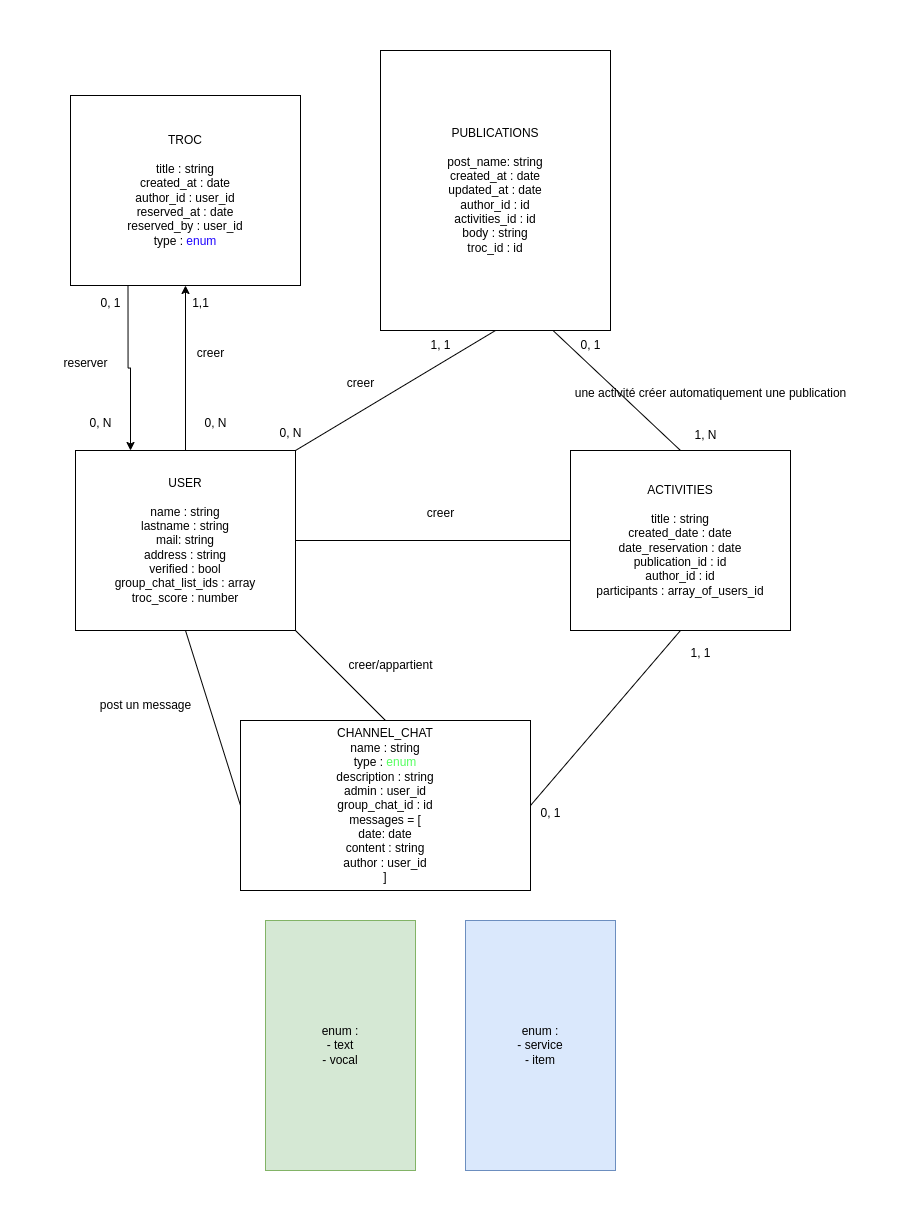
This is DB_scheme.png from Spatulox/PA_CopainQuartier, a draw.io export, as it was before one commit. Source tidied: cells renumbered, new cells last; positions are measured from the earlier drawing's top-left corner, leaving out a move shared by most shapes.
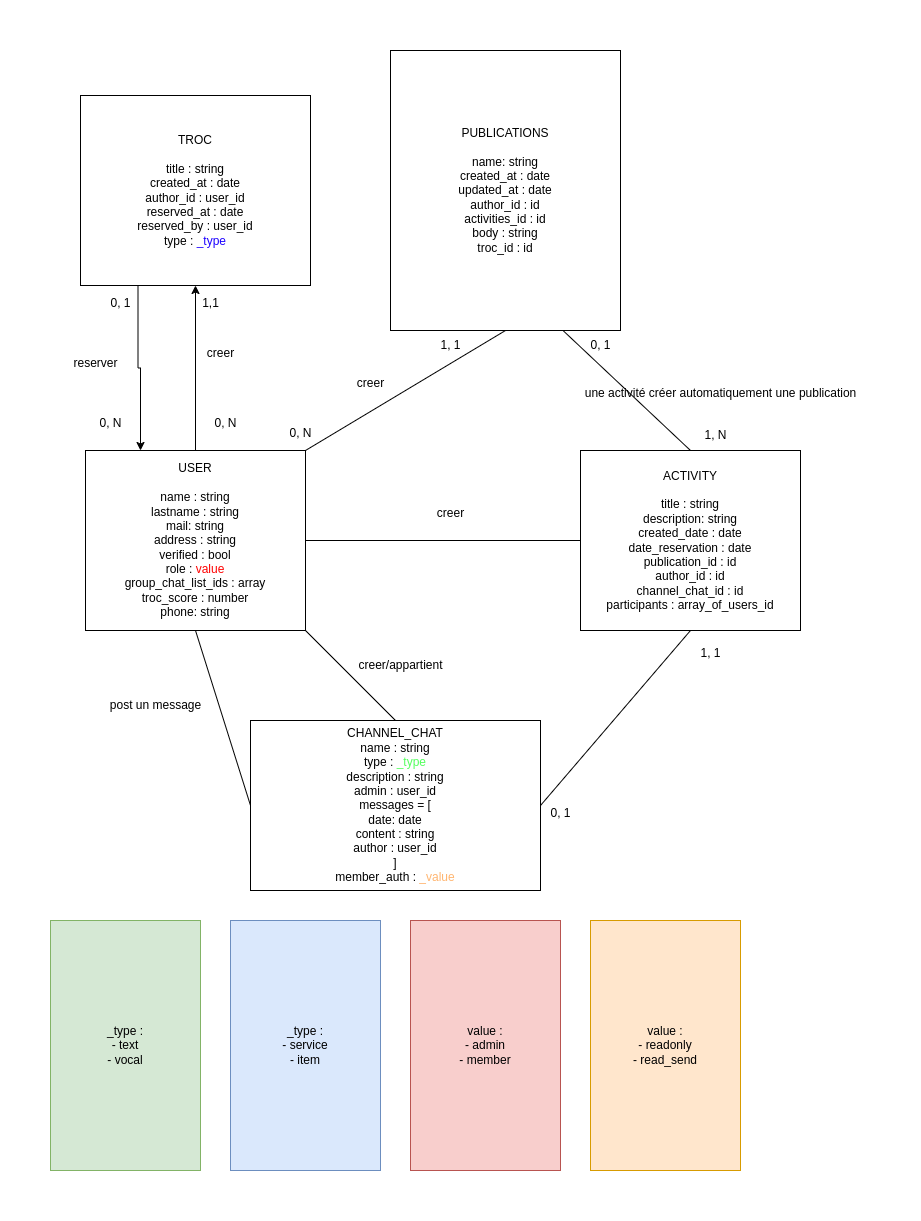
The same diagram one commit later.

The edit, as a diff of the source:
```diff
@@ -5,34 +5,34 @@
     <mxCell id="2" style="edgeStyle=orthogonalEdgeStyle;rounded=0;jettySize=auto;html=1;exitX=0.5;exitY=0;exitDx=0;exitDy=0;entryX=0.5;entryY=1;entryDx=0;entryDy=0;" parent="1" edge="1" source="3" target="10">
       <mxGeometry relative="1" as="geometry" />
     </mxCell>
-    <mxCell id="3" value="USER&lt;div&gt;&lt;br&gt;&lt;/div&gt;&lt;div&gt;name : string&lt;/div&gt;&lt;div&gt;lastname : string&lt;/div&gt;&lt;div&gt;mail: string&lt;/div&gt;&lt;div&gt;address : string&lt;/div&gt;&lt;div&gt;verified : bool&lt;/div&gt;&lt;div&gt;group_chat_list_ids : array&lt;/div&gt;&lt;div&gt;troc_score : number&lt;/div&gt;" style="rounded=0;whiteSpace=wrap;html=1;" parent="1" vertex="1">
+    <mxCell id="3" value="USER&lt;div&gt;&lt;br&gt;&lt;/div&gt;&lt;div&gt;name : string&lt;/div&gt;&lt;div&gt;lastname : string&lt;/div&gt;&lt;div&gt;mail: string&lt;/div&gt;&lt;div&gt;address : string&lt;/div&gt;&lt;div&gt;verified : bool&lt;/div&gt;&lt;div&gt;role : &lt;font style=&quot;color: rgb(255, 2, 2);&quot;&gt;value&lt;/font&gt;&lt;/div&gt;&lt;div&gt;group_chat_list_ids : array&lt;/div&gt;&lt;div&gt;troc_score : number&lt;/div&gt;&lt;div&gt;phone: string&lt;/div&gt;" style="rounded=0;whiteSpace=wrap;html=1;" parent="1" vertex="1">
       <mxGeometry x="25" y="400" width="220" height="180" as="geometry" />
     </mxCell>
-    <mxCell id="4" value="ACTIVITIES&lt;div&gt;&lt;br&gt;&lt;/div&gt;&lt;div&gt;title : string&lt;/div&gt;&lt;div&gt;created_date : date&lt;/div&gt;&lt;div&gt;&lt;span style=&quot;background-color: transparent; color: light-dark(rgb(0, 0, 0), rgb(255, 255, 255));&quot;&gt;date_reservation : date&lt;/span&gt;&lt;/div&gt;&lt;div&gt;&lt;font style=&quot;color: rgb(0, 0, 0);&quot;&gt;publication_id : id&lt;/font&gt;&lt;/div&gt;&lt;div&gt;author_id : id&lt;/div&gt;&lt;div&gt;participants : array_of_users_id&lt;/div&gt;" style="rounded=0;whiteSpace=wrap;html=1;" parent="1" vertex="1">
+    <mxCell id="4" value="ACTIVITY&lt;div&gt;&lt;br&gt;&lt;/div&gt;&lt;div&gt;title : string&lt;/div&gt;&lt;div&gt;description: string&lt;/div&gt;&lt;div&gt;created_date : date&lt;/div&gt;&lt;div&gt;&lt;span style=&quot;background-color: transparent; color: light-dark(rgb(0, 0, 0), rgb(255, 255, 255));&quot;&gt;date_reservation : date&lt;/span&gt;&lt;/div&gt;&lt;div&gt;&lt;font style=&quot;color: rgb(0, 0, 0);&quot;&gt;publication_id : id&lt;/font&gt;&lt;/div&gt;&lt;div&gt;author_id : id&lt;/div&gt;&lt;div&gt;channel_chat_id : id&lt;/div&gt;&lt;div&gt;participants : array_of_users_id&lt;/div&gt;" style="rounded=0;whiteSpace=wrap;html=1;" parent="1" vertex="1">
       <mxGeometry x="520" y="400" width="220" height="180" as="geometry" />
     </mxCell>
     <mxCell id="5" style="endArrow=none;html=1;rounded=0;exitX=0;exitY=0.5;exitDx=0;exitDy=0;entryX=0.5;entryY=1;entryDx=0;entryDy=0;" parent="1" edge="1" source="6" target="3">
       <mxGeometry relative="1" as="geometry" />
     </mxCell>
-    <mxCell id="6" value="CHANNEL_CHAT&lt;div&gt;name : string&lt;/div&gt;&lt;div&gt;type : &lt;font style=&quot;color: rgb(85, 255, 95);&quot;&gt;enum&lt;/font&gt;&lt;/div&gt;&lt;div&gt;description : string&lt;/div&gt;&lt;div&gt;admin : user_id&lt;/div&gt;&lt;div&gt;group_chat_id : id&lt;/div&gt;&lt;div&gt;messages = [&lt;/div&gt;&lt;div&gt;date: date&lt;/div&gt;&lt;div&gt;content : string&lt;/div&gt;&lt;div&gt;author : user_id&lt;/div&gt;&lt;div&gt;]&lt;/div&gt;" style="rounded=0;whiteSpace=wrap;html=1;" parent="1" vertex="1">
+    <mxCell id="6" value="CHANNEL_CHAT&lt;div&gt;name : string&lt;/div&gt;&lt;div&gt;type : &lt;font style=&quot;color: rgb(85, 255, 95);&quot;&gt;_type&lt;/font&gt;&lt;/div&gt;&lt;div&gt;description : string&lt;/div&gt;&lt;div&gt;admin : user_id&lt;/div&gt;&lt;div&gt;&lt;span style=&quot;background-color: transparent; color: light-dark(rgb(0, 0, 0), rgb(255, 255, 255));&quot;&gt;messages = [&lt;/span&gt;&lt;/div&gt;&lt;div&gt;date: date&lt;/div&gt;&lt;div&gt;content : string&lt;/div&gt;&lt;div&gt;author : user_id&lt;/div&gt;&lt;div&gt;]&lt;/div&gt;&lt;div&gt;member_auth : &lt;font style=&quot;color: rgb(255, 181, 112);&quot;&gt;_value&lt;/font&gt;&lt;/div&gt;" style="rounded=0;whiteSpace=wrap;html=1;" parent="1" vertex="1">
       <mxGeometry x="190" y="670" width="290" height="170" as="geometry" />
     </mxCell>
     <mxCell id="7" style="endArrow=none;html=1;rounded=0;exitX=1;exitY=1;exitDx=0;exitDy=0;entryX=0.5;entryY=0;entryDx=0;entryDy=0;" parent="1" edge="1" source="3" target="6">
       <mxGeometry relative="1" as="geometry" />
     </mxCell>
-    <mxCell id="8" value="enum :&lt;div&gt;- text&lt;/div&gt;&lt;div&gt;- vocal&lt;/div&gt;" style="rounded=0;whiteSpace=wrap;html=1;fillColor=#d5e8d4;strokeColor=#82b366;" parent="1" vertex="1">
-      <mxGeometry x="215" y="870" width="150" height="250" as="geometry" />
+    <mxCell id="8" value="_type :&lt;div&gt;- text&lt;/div&gt;&lt;div&gt;- vocal&lt;/div&gt;" style="rounded=0;whiteSpace=wrap;html=1;fillColor=#d5e8d4;strokeColor=#82b366;" parent="1" vertex="1">
+      <mxGeometry x="-10" y="870" width="150" height="250" as="geometry" />
     </mxCell>
     <mxCell id="9" style="edgeStyle=orthogonalEdgeStyle;rounded=0;jettySize=auto;html=1;exitX=0.25;exitY=1;exitDx=0;exitDy=0;entryX=0.25;entryY=0;entryDx=0;entryDy=0;" parent="1" edge="1" source="10" target="3">
       <mxGeometry relative="1" as="geometry" />
     </mxCell>
-    <mxCell id="10" value="TROC&lt;div&gt;&lt;br&gt;&lt;/div&gt;&lt;div&gt;title : string&lt;/div&gt;&lt;div&gt;created_at : date&lt;/div&gt;&lt;div&gt;author_id : user_id&lt;/div&gt;&lt;div&gt;reserved_at : date&lt;/div&gt;&lt;div&gt;reserved_by : user_id&lt;/div&gt;&lt;div&gt;type : &lt;font style=&quot;color: rgb(29, 3, 255);&quot;&gt;enum&lt;/font&gt;&lt;/div&gt;" style="rounded=0;whiteSpace=wrap;html=1;" parent="1" vertex="1">
+    <mxCell id="10" value="TROC&lt;div&gt;&lt;br&gt;&lt;/div&gt;&lt;div&gt;title : string&lt;/div&gt;&lt;div&gt;created_at : date&lt;/div&gt;&lt;div&gt;author_id : user_id&lt;/div&gt;&lt;div&gt;reserved_at : date&lt;/div&gt;&lt;div&gt;reserved_by : user_id&lt;/div&gt;&lt;div&gt;type : &lt;font style=&quot;color: rgb(29, 3, 255);&quot;&gt;_type&lt;/font&gt;&lt;/div&gt;" style="rounded=0;whiteSpace=wrap;html=1;" parent="1" vertex="1">
       <mxGeometry x="20" y="45" width="230" height="190" as="geometry" />
     </mxCell>
-    <mxCell id="11" value="enum :&lt;div&gt;- service&lt;/div&gt;&lt;div&gt;- item&lt;/div&gt;" style="rounded=0;whiteSpace=wrap;html=1;fillColor=#dae8fc;strokeColor=#6c8ebf;" parent="1" vertex="1">
-      <mxGeometry x="415" y="870" width="150" height="250" as="geometry" />
+    <mxCell id="11" value="_type :&lt;div&gt;- service&lt;/div&gt;&lt;div&gt;- item&lt;/div&gt;" style="rounded=0;whiteSpace=wrap;html=1;fillColor=#dae8fc;strokeColor=#6c8ebf;" parent="1" vertex="1">
+      <mxGeometry x="170" y="870" width="150" height="250" as="geometry" />
     </mxCell>
-    <mxCell id="12" value="PUBLICATIONS&lt;div&gt;&lt;br&gt;&lt;/div&gt;&lt;div&gt;post_name: string&lt;/div&gt;&lt;div&gt;created_at : date&lt;/div&gt;&lt;div&gt;updated_at : date&lt;/div&gt;&lt;div&gt;author_id : id&lt;/div&gt;&lt;div&gt;activities_id : id&lt;/div&gt;&lt;div&gt;body : string&lt;/div&gt;&lt;div&gt;troc_id : id&lt;/div&gt;" style="rounded=0;whiteSpace=wrap;html=1;" parent="1" vertex="1">
+    <mxCell id="12" value="PUBLICATIONS&lt;div&gt;&lt;br&gt;&lt;/div&gt;&lt;div&gt;name: string&lt;/div&gt;&lt;div&gt;created_at : date&lt;/div&gt;&lt;div&gt;updated_at : date&lt;/div&gt;&lt;div&gt;author_id : id&lt;/div&gt;&lt;div&gt;activities_id : id&lt;/div&gt;&lt;div&gt;body : string&lt;/div&gt;&lt;div&gt;troc_id : id&lt;/div&gt;" style="rounded=0;whiteSpace=wrap;html=1;" parent="1" vertex="1">
       <mxGeometry x="330" width="230" height="280" as="geometry" />
     </mxCell>
     <mxCell id="13" style="endArrow=none;html=1;rounded=0;entryX=0.5;entryY=1;entryDx=0;entryDy=0;exitX=1;exitY=0;exitDx=0;exitDy=0;" parent="1" edge="1" source="3" target="12">
@@ -98,5 +98,11 @@
     <mxCell id="33" value="0, 1" style="text;html=1;align=center;verticalAlign=middle;strokeColor=none;fillColor=none;" parent="1" vertex="1">
       <mxGeometry x="480" y="748" width="40" height="30" as="geometry" />
     </mxCell>
+    <mxCell id="34" value="value :&lt;div&gt;- admin&lt;/div&gt;&lt;div&gt;- member&lt;/div&gt;" style="rounded=0;whiteSpace=wrap;html=1;fillColor=#f8cecc;strokeColor=#b85450;" parent="1" vertex="1">
+      <mxGeometry x="350" y="870" width="150" height="250" as="geometry" />
+    </mxCell>
+    <mxCell id="35" value="value :&lt;div&gt;- readonly&lt;/div&gt;&lt;div&gt;- read_send&lt;/div&gt;" style="rounded=0;whiteSpace=wrap;html=1;fillColor=#ffe6cc;strokeColor=#d79b00;" parent="1" vertex="1">
+      <mxGeometry x="530" y="870" width="150" height="250" as="geometry" />
+    </mxCell>
   </root>
 </mxGraphModel>
```
